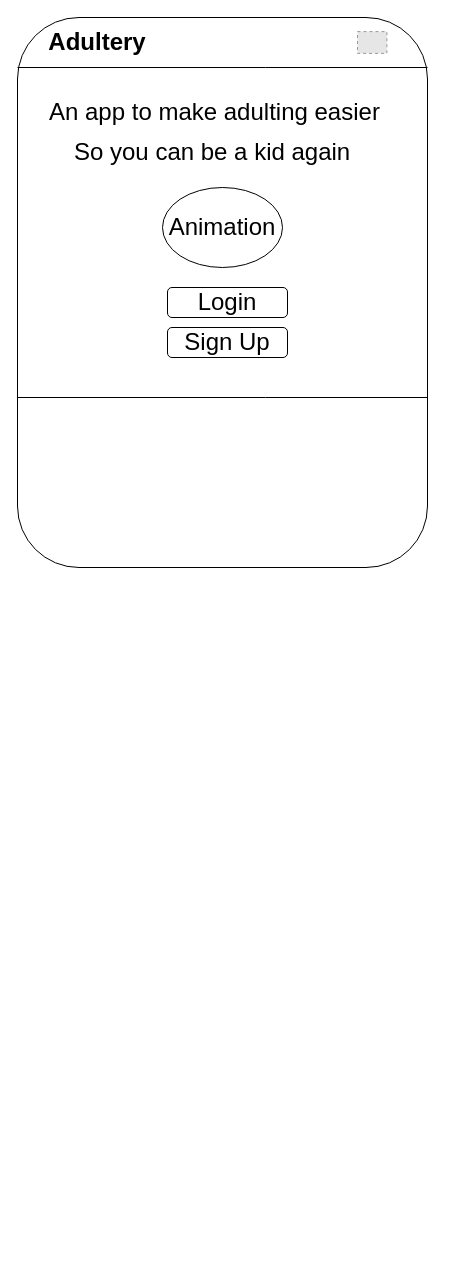
The draw.io diagram page "home-page" (1 of 12) of tubular mockups.drawio in jadenmounteer/adultery, before the edit. Source tidied: cells renumbered, new cells numbered last; positions are measured from the earlier drawing's top-left corner, leaving out a move shared by most shapes. Both pictures are drawn from the tidied source at 100%, with x=0, y=0 at pixel (17, 17). Pictures stored in the file or linked from it are replaced by grey dashed boxes.
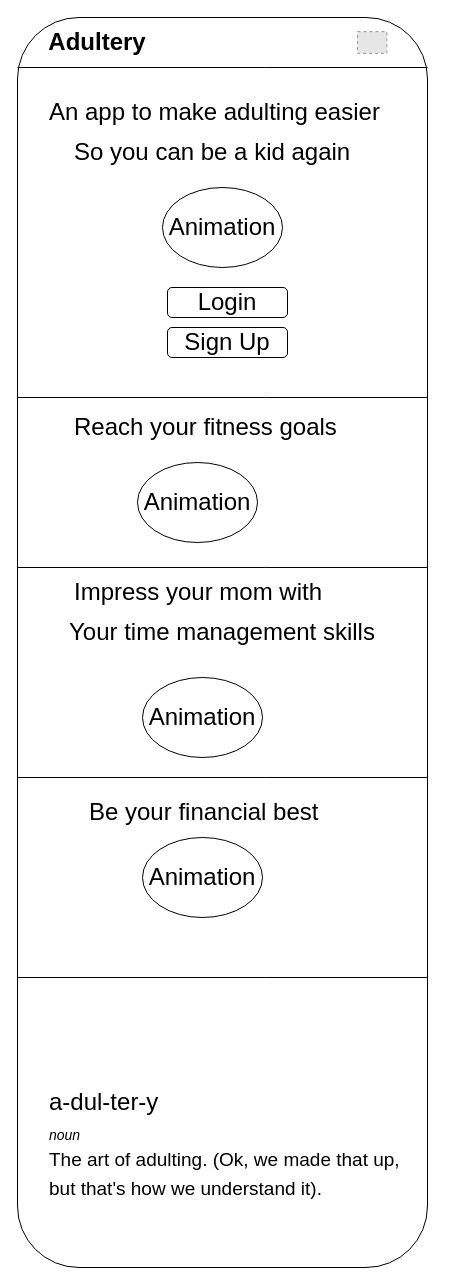
After the change.

Change to the diagram source:
```diff
@@
     <mxCell id="2" style="rounded=1;whiteSpace=wrap;html=1;" parent="1" vertex="1">
-      <mxGeometry width="410" height="550" as="geometry" />
+      <mxGeometry width="410" height="1250" as="geometry" />
     </mxCell>
@@
+    <mxCell id="12" value="a-dul-ter-y" style="text;html=1;strokeColor=none;fillColor=none;align=left;verticalAlign=middle;whiteSpace=wrap;rounded=0;fontSize=24;" parent="1" vertex="1">
+      <mxGeometry x="30" y="1070" width="360" height="30" as="geometry" />
+    </mxCell>
+    <mxCell id="13" value="&lt;i&gt;&lt;font style=&quot;font-size: 14px;&quot;&gt;noun&lt;/font&gt;&lt;/i&gt;" style="text;html=1;strokeColor=none;fillColor=none;align=left;verticalAlign=middle;whiteSpace=wrap;rounded=0;fontSize=24;" parent="1" vertex="1">
+      <mxGeometry x="30" y="1100" width="360" height="30" as="geometry" />
+    </mxCell>
+    <mxCell id="14" value="&lt;font style=&quot;font-size: 19px;&quot;&gt;The art of adulting. (Ok, we made that up, but that's how we understand it).&lt;/font&gt;" style="text;html=1;strokeColor=none;fillColor=none;align=left;verticalAlign=middle;whiteSpace=wrap;rounded=0;fontSize=24;" parent="1" vertex="1">
+      <mxGeometry x="30" y="1140" width="360" height="30" as="geometry" />
+    </mxCell>
+    <mxCell id="15" style="endArrow=none;html=1;rounded=0;fontSize=16;fontColor=#3193BD;entryX=1.005;entryY=0.871;entryDx=0;entryDy=0;entryPerimeter=0;exitX=0;exitY=0.091;exitDx=0;exitDy=0;exitPerimeter=0;" parent="1" edge="1">
+      <mxGeometry relative="1" as="geometry">
+        <mxPoint y="550" as="sourcePoint" />
+        <mxPoint x="410" y="550" as="targetPoint" />
+        <Array as="points">
+          <mxPoint x="247.9" y="550" />
+        </Array>
+      </mxGeometry>
+    </mxCell>
+    <mxCell id="16" value="Impress your mom with" style="text;html=1;strokeColor=none;fillColor=none;align=left;verticalAlign=middle;whiteSpace=wrap;rounded=0;fontSize=24;" parent="1" vertex="1">
+      <mxGeometry x="55" y="560" width="360" height="30" as="geometry" />
+    </mxCell>
+    <mxCell id="17" value="Animation" style="ellipse;whiteSpace=wrap;html=1;fontSize=24;" parent="1" vertex="1">
+      <mxGeometry x="125" y="660" width="120" height="80" as="geometry" />
+    </mxCell>
+    <mxCell id="18" style="endArrow=none;html=1;rounded=0;fontSize=16;fontColor=#3193BD;entryX=1.005;entryY=0.871;entryDx=0;entryDy=0;entryPerimeter=0;exitX=0;exitY=0.091;exitDx=0;exitDy=0;exitPerimeter=0;" parent="1" edge="1">
+      <mxGeometry relative="1" as="geometry">
+        <mxPoint y="760" as="sourcePoint" />
+        <mxPoint x="410" y="760" as="targetPoint" />
+        <Array as="points">
+          <mxPoint x="247.9" y="760" />
+        </Array>
+      </mxGeometry>
+    </mxCell>
+    <mxCell id="19" style="endArrow=none;html=1;rounded=0;fontSize=16;fontColor=#3193BD;entryX=1.005;entryY=0.871;entryDx=0;entryDy=0;entryPerimeter=0;exitX=0;exitY=0.091;exitDx=0;exitDy=0;exitPerimeter=0;" parent="1" edge="1">
+      <mxGeometry relative="1" as="geometry">
+        <mxPoint y="960" as="sourcePoint" />
+        <mxPoint x="410" y="960" as="targetPoint" />
+        <Array as="points">
+          <mxPoint x="247.9" y="960" />
+        </Array>
+      </mxGeometry>
+    </mxCell>
+    <mxCell id="20" value="Be your financial best" style="text;html=1;strokeColor=none;fillColor=none;align=left;verticalAlign=middle;whiteSpace=wrap;rounded=0;fontSize=24;" parent="1" vertex="1">
+      <mxGeometry x="70" y="780" width="360" height="30" as="geometry" />
+    </mxCell>
+    <mxCell id="21" value="Animation" style="ellipse;whiteSpace=wrap;html=1;fontSize=24;" parent="1" vertex="1">
+      <mxGeometry x="125" y="820" width="120" height="80" as="geometry" />
+    </mxCell>
+    <mxCell id="22" value="Reach your fitness goals" style="text;html=1;strokeColor=none;fillColor=none;align=left;verticalAlign=middle;whiteSpace=wrap;rounded=0;fontSize=24;" parent="1" vertex="1">
+      <mxGeometry x="55" y="395" width="360" height="30" as="geometry" />
+    </mxCell>
+    <mxCell id="23" value="Animation" style="ellipse;whiteSpace=wrap;html=1;fontSize=24;" parent="1" vertex="1">
+      <mxGeometry x="120" y="445" width="120" height="80" as="geometry" />
+    </mxCell>
+    <mxCell id="24" value="Your time management skills" style="text;html=1;strokeColor=none;fillColor=none;align=left;verticalAlign=middle;whiteSpace=wrap;rounded=0;fontSize=24;" parent="1" vertex="1">
+      <mxGeometry x="50" y="600" width="360" height="30" as="geometry" />
+    </mxCell>
```
